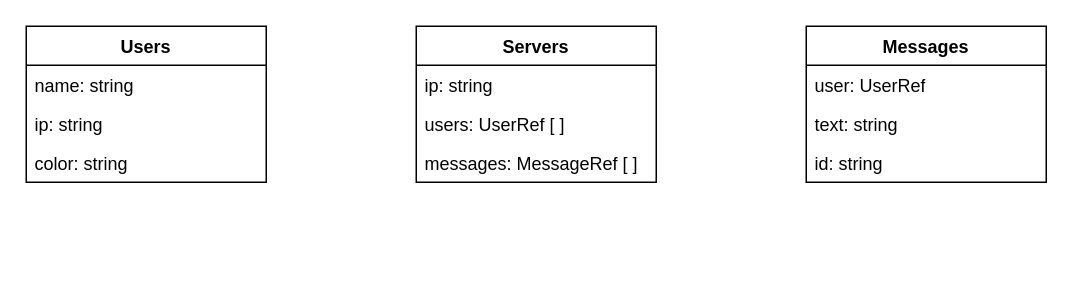
Before: Chatterino_database_diagram.drawio in JakubTuta/Chatterino, a draw.io diagram. Source tidied: cells renumbered, new cells numbered last; positions are measured from the earlier drawing's top-left corner, leaving out a move shared by most shapes. Both pictures are drawn from the tidied source at 150%, with x=0, y=0 at pixel (26, 26).
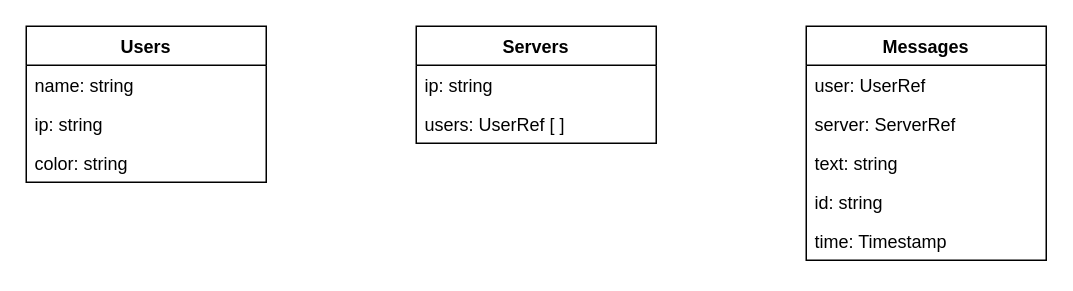
After the change.

Diff of the diagram source:
```diff
@@
 <mxGraphModel>
   <root>
     <mxCell id="0" />
     <mxCell id="1" parent="0" />
     <mxCell id="2" value="Users" style="swimlane;fontStyle=1;align=center;verticalAlign=top;horizontal=1;startSize=26;whiteSpace=wrap;html=1;" parent="1" vertex="1">
       <mxGeometry width="160" height="104" as="geometry" />
     </mxCell>
     <mxCell id="3" value="name: string" style="text;strokeColor=none;fillColor=none;align=left;verticalAlign=top;spacingLeft=4;spacingRight=4;overflow=hidden;whiteSpace=wrap;html=1;" parent="2" vertex="1">
       <mxGeometry y="26" width="160" height="26" as="geometry" />
     </mxCell>
     <mxCell id="4" value="ip: string" style="text;strokeColor=none;fillColor=none;align=left;verticalAlign=top;spacingLeft=4;spacingRight=4;overflow=hidden;whiteSpace=wrap;html=1;" parent="2" vertex="1">
       <mxGeometry y="52" width="160" height="26" as="geometry" />
     </mxCell>
     <mxCell id="5" value="color: string" style="text;strokeColor=none;fillColor=none;align=left;verticalAlign=top;spacingLeft=4;spacingRight=4;overflow=hidden;whiteSpace=wrap;html=1;" parent="2" vertex="1">
       <mxGeometry y="78" width="160" height="26" as="geometry" />
     </mxCell>
     <mxCell id="6" value="Servers" style="swimlane;fontStyle=1;align=center;verticalAlign=top;horizontal=1;startSize=26;whiteSpace=wrap;html=1;" parent="1" vertex="1">
-      <mxGeometry x="260" width="160" height="104" as="geometry" />
+      <mxGeometry x="260" width="160" height="78" as="geometry" />
     </mxCell>
     <mxCell id="7" value="ip: string" style="text;strokeColor=none;fillColor=none;align=left;verticalAlign=top;spacingLeft=4;spacingRight=4;overflow=hidden;whiteSpace=wrap;html=1;" parent="6" vertex="1">
       <mxGeometry y="26" width="160" height="26" as="geometry" />
     </mxCell>
     <mxCell id="8" value="users: UserRef [ ]" style="text;strokeColor=none;fillColor=none;align=left;verticalAlign=top;spacingLeft=4;spacingRight=4;overflow=hidden;whiteSpace=wrap;html=1;" parent="6" vertex="1">
       <mxGeometry y="52" width="160" height="26" as="geometry" />
     </mxCell>
-    <mxCell id="9" value="messages: MessageRef [ ]" style="text;strokeColor=none;fillColor=none;align=left;verticalAlign=top;spacingLeft=4;spacingRight=4;overflow=hidden;whiteSpace=wrap;html=1;" parent="6" vertex="1">
-      <mxGeometry y="78" width="160" height="26" as="geometry" />
-    </mxCell>
     <mxCell id="10" value="Messages" style="swimlane;fontStyle=1;align=center;verticalAlign=top;horizontal=1;startSize=26;whiteSpace=wrap;html=1;" parent="1" vertex="1">
-      <mxGeometry x="520" width="160" height="104" as="geometry" />
+      <mxGeometry x="520" width="160" height="156" as="geometry" />
     </mxCell>
     <mxCell id="11" value="user: UserRef" style="text;strokeColor=none;fillColor=none;align=left;verticalAlign=top;spacingLeft=4;spacingRight=4;overflow=hidden;whiteSpace=wrap;html=1;" parent="10" vertex="1">
       <mxGeometry y="26" width="160" height="26" as="geometry" />
     </mxCell>
+    <mxCell id="14" value="server: ServerRef" style="text;strokeColor=none;fillColor=none;align=left;verticalAlign=top;spacingLeft=4;spacingRight=4;overflow=hidden;whiteSpace=wrap;html=1;" parent="10" vertex="1">
+      <mxGeometry y="52" width="160" height="26" as="geometry" />
+    </mxCell>
     <mxCell id="12" value="text: string" style="text;strokeColor=none;fillColor=none;align=left;verticalAlign=top;spacingLeft=4;spacingRight=4;overflow=hidden;whiteSpace=wrap;html=1;" parent="10" vertex="1">
-      <mxGeometry y="52" width="160" height="26" as="geometry" />
+      <mxGeometry y="78" width="160" height="26" as="geometry" />
     </mxCell>
     <mxCell id="13" value="id: string" style="text;strokeColor=none;fillColor=none;align=left;verticalAlign=top;spacingLeft=4;spacingRight=4;overflow=hidden;whiteSpace=wrap;html=1;" parent="10" vertex="1">
-      <mxGeometry y="78" width="160" height="26" as="geometry" />
+      <mxGeometry y="104" width="160" height="26" as="geometry" />
     </mxCell>
+    <mxCell id="15" value="time: Timestamp" style="text;strokeColor=none;fillColor=none;align=left;verticalAlign=top;spacingLeft=4;spacingRight=4;overflow=hidden;whiteSpace=wrap;html=1;" parent="10" vertex="1">
+      <mxGeometry y="130" width="160" height="26" as="geometry" />
+    </mxCell>
   </root>
 </mxGraphModel>
```
